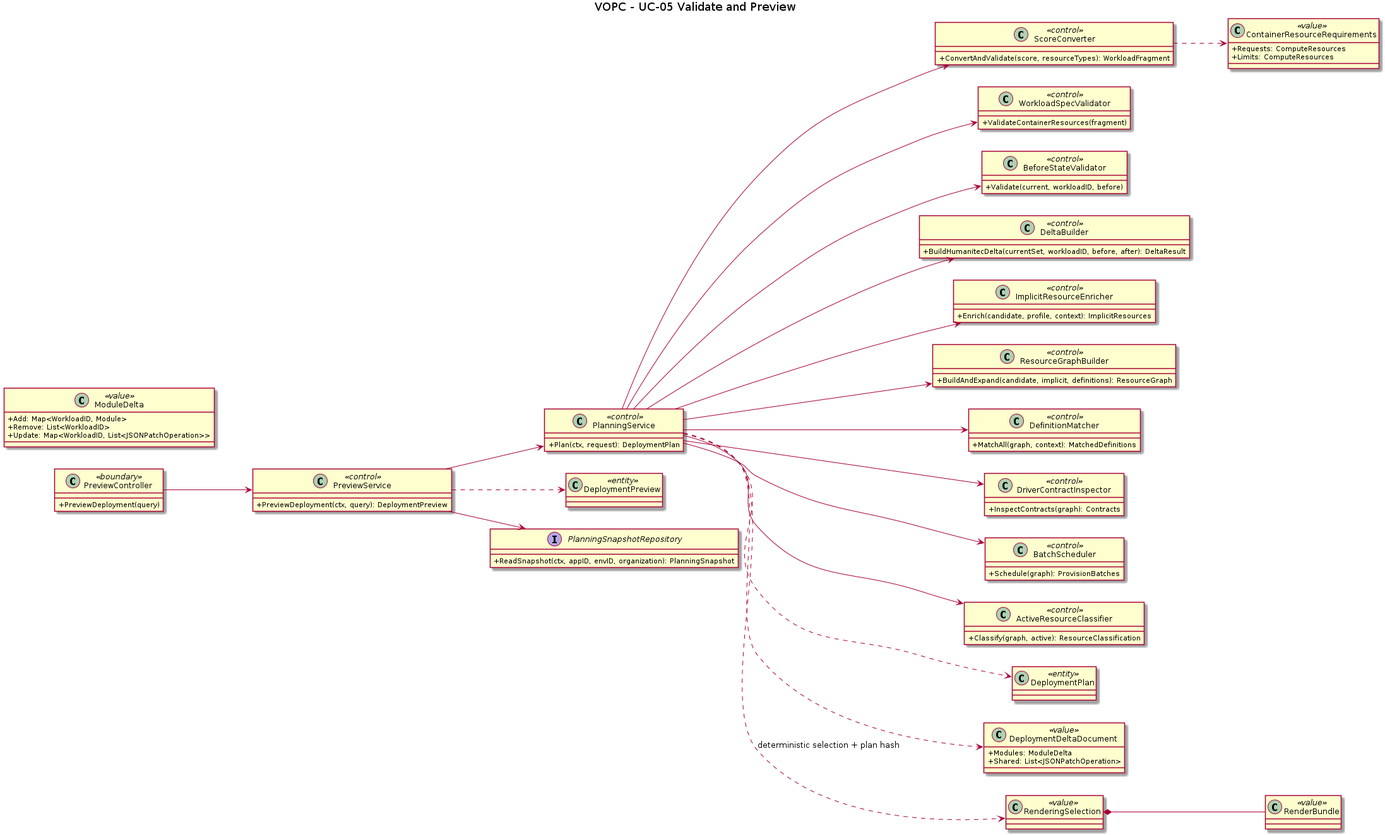
Above: orchestrator_docs/usecase/UC-05/vopc.png in pr3s3nt/poc (PlantUML), before the change. Its source is kept beside it as orchestrator_docs/usecase/UC-05/vopc.puml. Its diagram source:
```plantuml
@startuml
title VOPC - UC-05 Validate and Preview
left to right direction
skinparam classAttributeIconSize 0
class PreviewController <<boundary>> {
  +PreviewDeployment(query)
}
class PreviewService <<control>> {
  +PreviewDeployment(ctx, query): DeploymentPreview
}
class PlanningService <<control>> {
  +Plan(ctx, request): DeploymentPlan
}
class ScoreConverter <<control>> {
  +ConvertAndValidate(score, resourceTypes): WorkloadFragment
}
class WorkloadSpecValidator <<control>> {
  +ValidateContainerResources(fragment)
}
class BeforeStateValidator <<control>> {
  +Validate(current, workloadID, before)
}
class DeltaBuilder <<control>> {
  +BuildHumanitecDelta(currentSet, workloadID, before, after): DeltaResult
}
class ImplicitResourceEnricher <<control>> {
  +Enrich(candidate, profile, context): ImplicitResources
}
class ResourceGraphBuilder <<control>> {
  +BuildAndExpand(candidate, implicit, definitions): ResourceGraph
}
class DefinitionMatcher <<control>> {
  +MatchAll(graph, context): MatchedDefinitions
}
class DriverContractInspector <<control>> {
  +InspectContracts(graph): Contracts
}
class BatchScheduler <<control>> {
  +Schedule(graph): ProvisionBatches
}
class ActiveResourceClassifier <<control>> {
  +Classify(graph, active): ResourceClassification
}
class DeploymentPlan <<entity>>
class DeploymentPreview <<entity>>
class DeploymentDeltaDocument <<value>> {
  +Modules: ModuleDelta
  +Shared: List<JSONPatchOperation>
}
class ModuleDelta <<value>> {
  +Add: Map<WorkloadID, Module>
  +Remove: List<WorkloadID>
  +Update: Map<WorkloadID, List<JSONPatchOperation>>
}
class ContainerResourceRequirements <<value>> {
  +Requests: ComputeResources
  +Limits: ComputeResources
}
interface PlanningSnapshotRepository {
  +ReadSnapshot(ctx, appID, envID, organization): PlanningSnapshot
}
PreviewController --> PreviewService
PreviewService --> PlanningSnapshotRepository
PreviewService --> PlanningService
PreviewService ..> DeploymentPreview
PlanningService --> ScoreConverter
PlanningService --> WorkloadSpecValidator
PlanningService --> BeforeStateValidator
PlanningService --> DeltaBuilder
PlanningService --> ImplicitResourceEnricher
PlanningService --> ResourceGraphBuilder
PlanningService --> DefinitionMatcher
PlanningService --> DriverContractInspector
PlanningService --> BatchScheduler
PlanningService --> ActiveResourceClassifier
PlanningService ..> DeploymentPlan
PlanningService ..> DeploymentDeltaDocument
ScoreConverter ..> ContainerResourceRequirements
class RenderBundle <<value>>
class RenderingSelection <<value>>
PlanningService ..> RenderingSelection : deterministic selection + plan hash
RenderingSelection *-- RenderBundle
@enduml
```
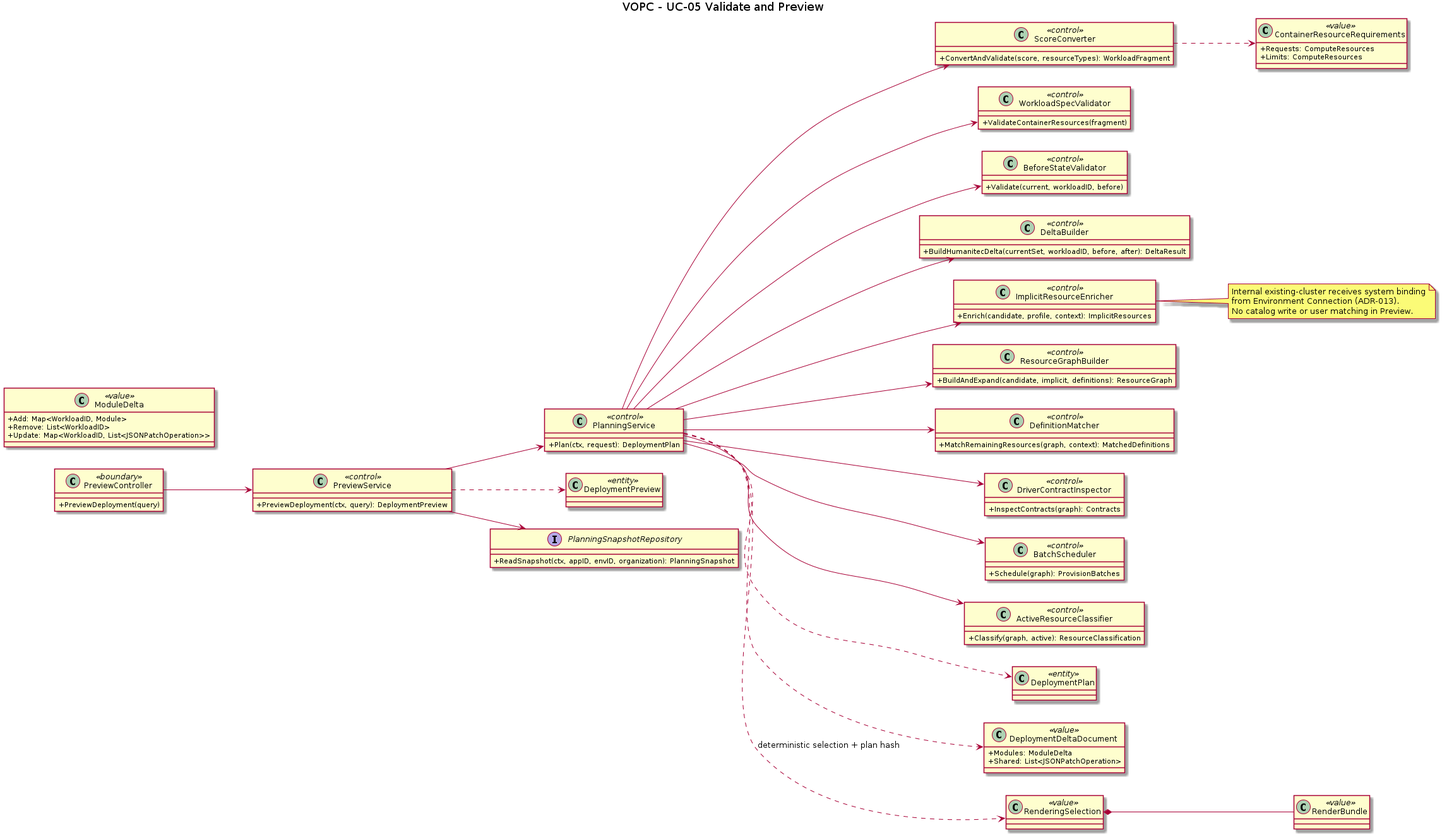
Later version of the same file.

Change to the diagram source:
```diff
@@ -30,7 +30,7 @@
   +BuildAndExpand(candidate, implicit, definitions): ResourceGraph
 }
 class DefinitionMatcher <<control>> {
-  +MatchAll(graph, context): MatchedDefinitions
+  +MatchRemainingResources(graph, context): MatchedDefinitions
 }
 class DriverContractInspector <<control>> {
   +InspectContracts(graph): Contracts
@@ -80,4 +80,10 @@
 class RenderingSelection <<value>>
 PlanningService ..> RenderingSelection : deterministic selection + plan hash
 RenderingSelection *-- RenderBundle
+note right of ImplicitResourceEnricher
+Internal existing-cluster receives system binding
+from Environment Connection (ADR-013).
+No catalog write or user matching in Preview.
+end note
+
 @enduml
```
